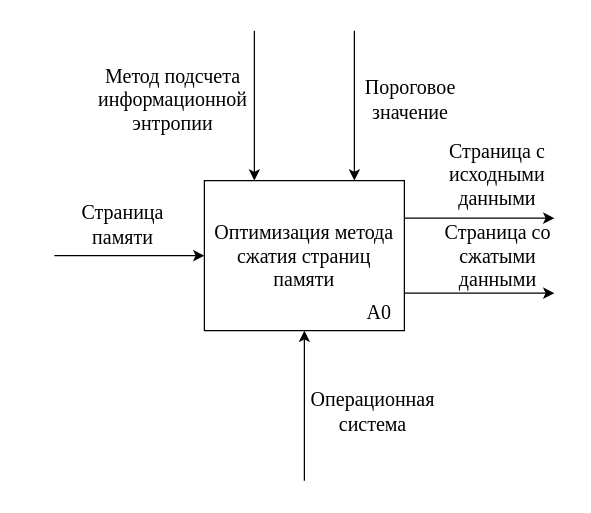
The draw.io diagram docs/diploma/schemes/zero-level.drawio in hamzreg/bmstu-diploma, before the edit. Source tidied: cells renumbered, new cells numbered last; positions are measured from the earlier drawing's top-left corner, leaving out a move shared by most shapes. Both pictures are drawn from the tidied source at 125%, with x=0, y=0 at pixel (54, 30).
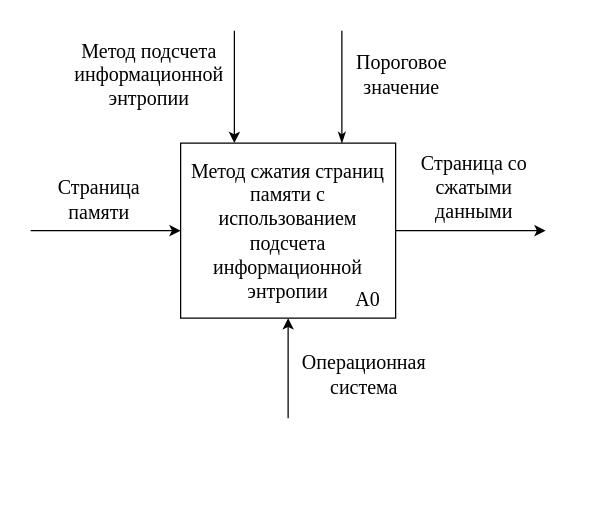
The same diagram, later.

Diff of the diagram source:
```diff
@@
 <mxGraphModel>
   <root>
     <mxCell id="0" />
     <mxCell id="1" parent="0" />
     <mxCell id="2" style="edgeStyle=orthogonalEdgeStyle;rounded=0;jettySize=auto;html=1;exitX=0;exitY=0.5;exitDx=0;exitDy=0;startArrow=classic;startFill=1;endArrow=none;endFill=0;" parent="1" edge="1" source="8">
       <mxGeometry relative="1" as="geometry">
-        <mxPoint y="180" as="targetPoint" />
+        <mxPoint x="-19" y="160" as="targetPoint" />
       </mxGeometry>
     </mxCell>
-    <mxCell id="3" style="edgeStyle=orthogonalEdgeStyle;rounded=0;jettySize=auto;html=1;exitX=1;exitY=0.25;exitDx=0;exitDy=0;" parent="1" edge="1" source="8">
-      <mxGeometry relative="1" as="geometry">
-        <mxPoint x="400" y="150" as="targetPoint" />
-      </mxGeometry>
-    </mxCell>
-    <mxCell id="4" style="edgeStyle=orthogonalEdgeStyle;rounded=0;jettySize=auto;html=1;exitX=1;exitY=0.75;exitDx=0;exitDy=0;" parent="1" edge="1" source="8">
-      <mxGeometry relative="1" as="geometry">
-        <mxPoint x="400" y="210" as="targetPoint" />
-      </mxGeometry>
-    </mxCell>
-    <mxCell id="5" style="edgeStyle=orthogonalEdgeStyle;rounded=0;jettySize=auto;html=1;exitX=0.5;exitY=1;exitDx=0;exitDy=0;startArrow=classic;startFill=1;endArrow=none;endFill=0;" parent="1" edge="1" source="8">
-      <mxGeometry relative="1" as="geometry">
-        <mxPoint x="200" y="360" as="targetPoint" />
-      </mxGeometry>
-    </mxCell>
-    <mxCell id="6" style="edgeStyle=orthogonalEdgeStyle;rounded=0;jettySize=auto;html=1;exitX=0.75;exitY=0;exitDx=0;exitDy=0;startArrow=classic;startFill=1;endArrow=none;endFill=0;" parent="1" edge="1" source="8">
-      <mxGeometry relative="1" as="geometry">
-        <mxPoint x="240" as="targetPoint" />
-      </mxGeometry>
-    </mxCell>
-    <mxCell id="7" style="edgeStyle=orthogonalEdgeStyle;rounded=0;jettySize=auto;html=1;exitX=0.25;exitY=0;exitDx=0;exitDy=0;startArrow=classic;startFill=1;endArrow=none;endFill=0;" parent="1" edge="1" source="8">
-      <mxGeometry relative="1" as="geometry">
-        <mxPoint x="160" as="targetPoint" />
-      </mxGeometry>
-    </mxCell>
+    <mxCell id="16" style="edgeStyle=orthogonalEdgeStyle;rounded=0;jettySize=auto;html=1;exitX=0.75;exitY=0;exitDx=0;exitDy=0;startArrow=classicThin;startFill=1;endArrow=none;endFill=0;" parent="1" edge="1" source="8">
+      <mxGeometry relative="1" as="geometry">
+        <mxPoint x="230" as="targetPoint" />
+      </mxGeometry>
+    </mxCell>
+    <mxCell id="17" style="edgeStyle=orthogonalEdgeStyle;rounded=0;jettySize=auto;html=1;exitX=0.25;exitY=0;exitDx=0;exitDy=0;startArrow=classic;startFill=1;endArrow=none;endFill=0;" parent="1" edge="1" source="8">
+      <mxGeometry relative="1" as="geometry">
+        <mxPoint x="144" as="targetPoint" />
+      </mxGeometry>
+    </mxCell>
+    <mxCell id="18" style="edgeStyle=orthogonalEdgeStyle;rounded=0;jettySize=auto;html=1;exitX=1;exitY=0.5;exitDx=0;exitDy=0;" parent="1" edge="1" source="8">
+      <mxGeometry relative="1" as="geometry">
+        <mxPoint x="393" y="160" as="targetPoint" />
+      </mxGeometry>
+    </mxCell>
+    <mxCell id="19" style="edgeStyle=orthogonalEdgeStyle;rounded=0;jettySize=auto;html=1;exitX=0.5;exitY=1;exitDx=0;exitDy=0;startArrow=classic;startFill=1;endArrow=none;endFill=0;" parent="1" edge="1" source="8">
+      <mxGeometry relative="1" as="geometry">
+        <mxPoint x="187" y="310" as="targetPoint" />
+      </mxGeometry>
+    </mxCell>
-    <mxCell id="8" value="Оптимизация метода сжатия страниц памяти" style="rounded=0;whiteSpace=wrap;html=1;fontFamily=Times New Roman;fontSize=16;" parent="1" vertex="1">
-      <mxGeometry x="120" y="120" width="160" height="120" as="geometry" />
+    <mxCell id="8" value="Метод сжатия страниц памяти с использованием подсчета информационной энтропии" style="rounded=0;whiteSpace=wrap;html=1;fontFamily=Times New Roman;fontSize=16;" parent="1" vertex="1">
+      <mxGeometry x="101" y="90" width="172" height="140" as="geometry" />
     </mxCell>
     <mxCell id="9" value="A0" style="text;html=1;strokeColor=none;fillColor=none;align=center;verticalAlign=middle;whiteSpace=wrap;rounded=0;fontFamily=Times New Roman;fontSize=16;" parent="1" vertex="1">
-      <mxGeometry x="230" y="210" width="60" height="30" as="geometry" />
+      <mxGeometry x="221" y="200" width="60" height="30" as="geometry" />
     </mxCell>
     <mxCell id="10" value="Страница памяти" style="text;html=1;strokeColor=none;fillColor=none;align=center;verticalAlign=middle;whiteSpace=wrap;rounded=0;fontFamily=Times New Roman;fontSize=16;" parent="1" vertex="1">
-      <mxGeometry y="140" width="110" height="30" as="geometry" />
+      <mxGeometry x="-19" y="120" width="110" height="30" as="geometry" />
     </mxCell>
     <mxCell id="11" value="Операционная система" style="text;html=1;strokeColor=none;fillColor=none;align=center;verticalAlign=middle;whiteSpace=wrap;rounded=0;fontFamily=Times New Roman;fontSize=16;" parent="1" vertex="1">
-      <mxGeometry x="200" y="290" width="110" height="30" as="geometry" />
+      <mxGeometry x="193" y="260" width="110" height="30" as="geometry" />
     </mxCell>
     <mxCell id="12" value="Пороговое значение" style="text;html=1;strokeColor=none;fillColor=none;align=center;verticalAlign=middle;whiteSpace=wrap;rounded=0;fontFamily=Times New Roman;fontSize=16;" parent="1" vertex="1">
-      <mxGeometry x="240" y="40" width="90" height="30" as="geometry" />
+      <mxGeometry x="233" y="20" width="90" height="30" as="geometry" />
     </mxCell>
     <mxCell id="13" value="Метод подсчета информационной энтропии" style="text;html=1;strokeColor=none;fillColor=none;align=center;verticalAlign=middle;whiteSpace=wrap;rounded=0;fontFamily=Times New Roman;fontSize=16;" parent="1" vertex="1">
-      <mxGeometry x="50" y="40" width="90" height="30" as="geometry" />
+      <mxGeometry x="31" y="20" width="90" height="30" as="geometry" />
     </mxCell>
-    <mxCell id="14" value="Страница с исходными данными" style="text;html=1;strokeColor=none;fillColor=none;align=center;verticalAlign=middle;whiteSpace=wrap;rounded=0;fontFamily=Times New Roman;fontSize=16;" parent="1" vertex="1">
-      <mxGeometry x="297" y="100" width="115" height="30" as="geometry" />
-    </mxCell>
     <mxCell id="15" value="Страница со сжатыми данными" style="text;html=1;strokeColor=none;fillColor=none;align=center;verticalAlign=middle;whiteSpace=wrap;rounded=0;fontFamily=Times New Roman;fontSize=16;" parent="1" vertex="1">
-      <mxGeometry x="299.5" y="165" width="110" height="30" as="geometry" />
+      <mxGeometry x="281" y="110" width="110" height="30" as="geometry" />
     </mxCell>
   </root>
 </mxGraphModel>
```
